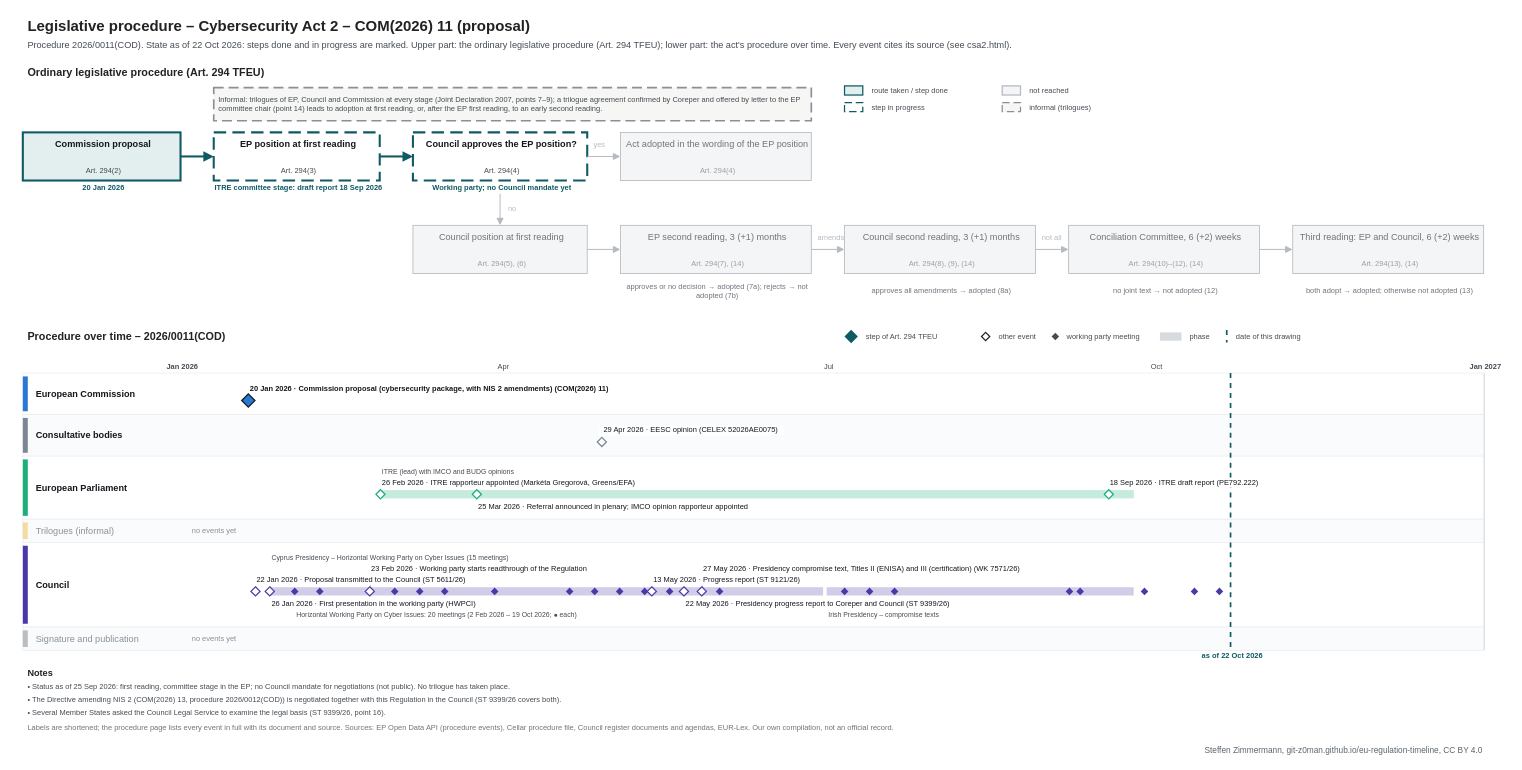
Earlier version of the draw.io diagram procedures/csa2.drawio (git-z0man/eu-regulation-timeline). Source tidied: cells renumbered, new cells numbered last; positions are measured from the earlier drawing's top-left corner, leaving out a move shared by most shapes. Both pictures are drawn from the tidied source at 83%, with x=0, y=0 at pixel (14, 14).
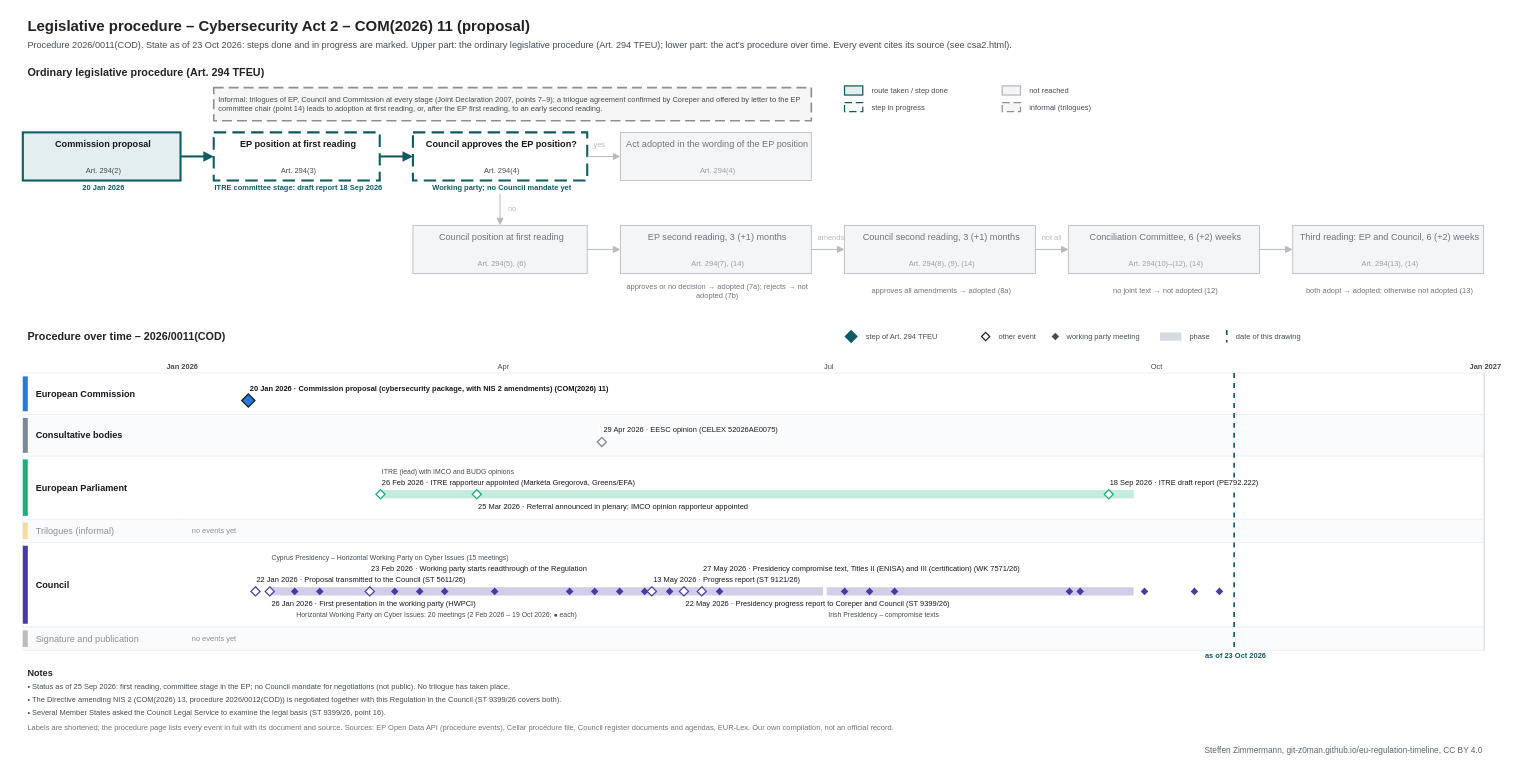
After the change.

Change to the diagram source:
```diff
@@
-    <mxCell id="3" value="Procedure 2026/0011(COD). State as of 22 Oct 2026: steps done and in progress are marked. Upper part: the ordinary legislative procedure (Art. 294 TFEU); lower part: the act's procedure over time. Every event cites its source (see csa2.html)." style="text;html=1;fontSize=11;fontColor=#454c53;align=left;verticalAlign=middle;spacingLeft=4;" parent="1" vertex="1">
+    <mxCell id="3" value="Procedure 2026/0011(COD). State as of 23 Oct 2026: steps done and in progress are marked. Upper part: the ordinary legislative procedure (Art. 294 TFEU); lower part: the act's procedure over time. Every event cites its source (see csa2.html)." style="text;html=1;fontSize=11;fontColor=#454c53;align=left;verticalAlign=middle;spacingLeft=4;" parent="1" vertex="1">
       <mxGeometry x="10" y="28" width="1700" height="18" as="geometry" />
     </mxCell>
@@
     <mxCell id="110" style="line;html=1;strokeWidth=2;strokeColor=#0f5a63;direction=south;dashed=1;" parent="1" vertex="1">
-      <mxGeometry x="1464.6" y="432" width="1" height="334" as="geometry" />
+      <mxGeometry x="1468.9" y="432" width="1" height="334" as="geometry" />
     </mxCell>
-    <mxCell id="111" value="as of 22 Oct 2026" style="text;html=1;fontSize=9;fontColor=#0f5a63;align=center;verticalAlign=middle;spacingLeft=4;fontStyle=1;" parent="1" vertex="1">
-      <mxGeometry x="1404.6" y="767" width="120" height="12" as="geometry" />
+    <mxCell id="111" value="as of 23 Oct 2026" style="text;html=1;fontSize=9;fontColor=#0f5a63;align=center;verticalAlign=middle;spacingLeft=4;fontStyle=1;" parent="1" vertex="1">
+      <mxGeometry x="1408.9" y="767" width="120" height="12" as="geometry" />
     </mxCell>
```
